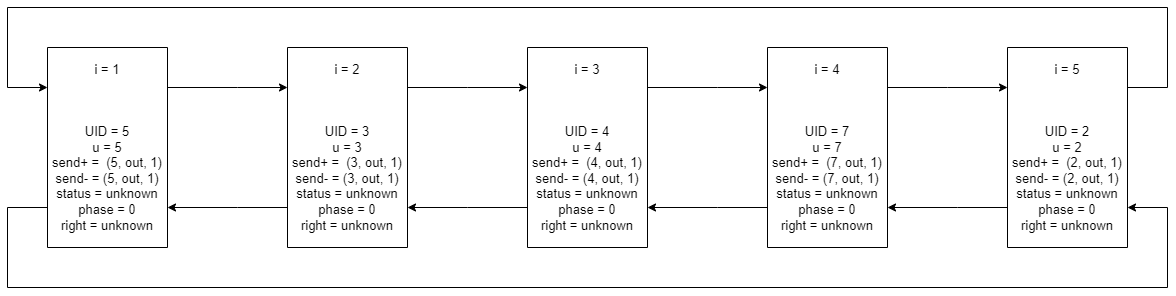
The draw.io diagram tods/00-tods.drawio.png in h1tlan/tods_first_exercise, before a commit. Source tidied: cells renumbered, new cells last; positions are measured from the earlier drawing's top-left corner, leaving out a move shared by most shapes.
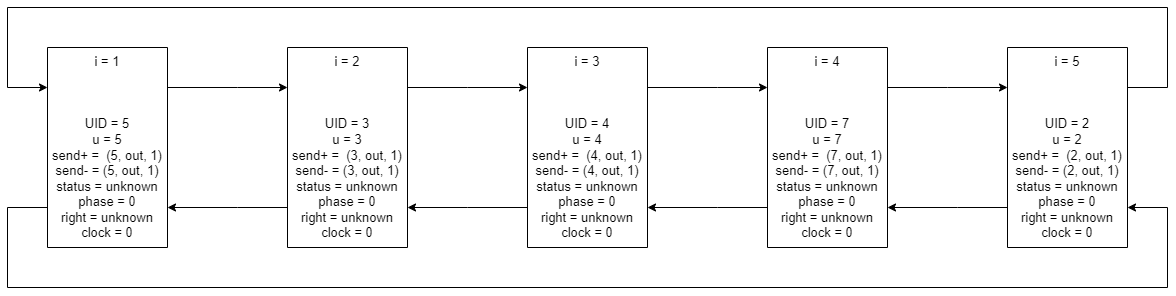
After the change.

The edit, as a diff of the source:
```diff
@@ -20,7 +20,7 @@
         </Array>
       </mxGeometry>
     </mxCell>
-    <mxCell id="4" value="i = 1&lt;br&gt;&lt;br&gt;&lt;br&gt;&lt;br&gt;UID = 5&lt;br&gt;u = 5&lt;br&gt;send+ =&amp;nbsp; (5, out, 1)&lt;br&gt;send- = (5, out, 1)&lt;br&gt;status = unknown&lt;br&gt;phase = 0&lt;br&gt;right = unknown" style="rounded=0;whiteSpace=wrap;html=1;fontSize=13;direction=south;" parent="1" vertex="1">
+    <mxCell id="4" value="i = 1&lt;br&gt;&lt;br&gt;&lt;br&gt;&lt;br&gt;UID = 5&lt;br&gt;u = 5&lt;br&gt;send+ =&amp;nbsp; (5, out, 1)&lt;br&gt;send- = (5, out, 1)&lt;br&gt;status = unknown&lt;br&gt;phase = 0&lt;br&gt;right = unknown&lt;br&gt;clock = 0" style="rounded=0;whiteSpace=wrap;html=1;fontSize=13;direction=south;" parent="1" vertex="1">
       <mxGeometry x="40" y="40" width="120" height="200" as="geometry" />
     </mxCell>
     <mxCell id="5" style="edgeStyle=orthogonalEdgeStyle;rounded=0;jettySize=auto;html=1;labelBorderColor=none;fontSize=13;" parent="1" edge="1" source="7" target="4">
@@ -39,7 +39,7 @@
         </Array>
       </mxGeometry>
     </mxCell>
-    <mxCell id="7" value="i = 2&lt;br&gt;&lt;br&gt;&lt;br&gt;&lt;br&gt;UID = 3&lt;br&gt;u = 3&lt;br&gt;send+ =&amp;nbsp; (3, out, 1)&lt;br&gt;send- = (3, out, 1)&lt;br&gt;status = unknown&lt;br&gt;phase = 0&lt;br&gt;right = unknown" style="rounded=0;whiteSpace=wrap;html=1;fontSize=13;direction=south;" parent="1" vertex="1">
+    <mxCell id="7" value="i = 2&lt;br&gt;&lt;br&gt;&lt;br&gt;&lt;br&gt;UID = 3&lt;br&gt;u = 3&lt;br&gt;send+ =&amp;nbsp; (3, out, 1)&lt;br&gt;send- = (3, out, 1)&lt;br&gt;status = unknown&lt;br&gt;phase = 0&lt;br&gt;right = unknown&lt;br&gt;clock = 0" style="rounded=0;whiteSpace=wrap;html=1;fontSize=13;direction=south;" parent="1" vertex="1">
       <mxGeometry x="280" y="40" width="120" height="200" as="geometry" />
     </mxCell>
     <mxCell id="8" style="edgeStyle=orthogonalEdgeStyle;rounded=0;jettySize=auto;html=1;labelBorderColor=none;fontSize=13;" parent="1" edge="1" source="10" target="7">
@@ -58,7 +58,7 @@
         </Array>
       </mxGeometry>
     </mxCell>
-    <mxCell id="10" value="i = 3&lt;br&gt;&lt;br&gt;&lt;br&gt;&lt;br&gt;UID = 4&lt;br&gt;u = 4&lt;br&gt;send+ =&amp;nbsp; (4, out, 1)&lt;br&gt;send- = (4, out, 1)&lt;br&gt;status = unknown&lt;br&gt;phase = 0&lt;br&gt;right = unknown" style="rounded=0;whiteSpace=wrap;html=1;fontSize=13;direction=south;" parent="1" vertex="1">
+    <mxCell id="10" value="i = 3&lt;br&gt;&lt;br&gt;&lt;br&gt;&lt;br&gt;UID = 4&lt;br&gt;u = 4&lt;br&gt;send+ =&amp;nbsp; (4, out, 1)&lt;br&gt;send- = (4, out, 1)&lt;br&gt;status = unknown&lt;br&gt;phase = 0&lt;br&gt;right = unknown&lt;br&gt;clock = 0" style="rounded=0;whiteSpace=wrap;html=1;fontSize=13;direction=south;" parent="1" vertex="1">
       <mxGeometry x="520" y="40" width="120" height="200" as="geometry" />
     </mxCell>
     <mxCell id="11" style="edgeStyle=orthogonalEdgeStyle;rounded=0;jettySize=auto;html=1;labelBorderColor=none;fontSize=13;" parent="1" edge="1" source="13" target="10">
@@ -77,7 +77,7 @@
         </Array>
       </mxGeometry>
     </mxCell>
-    <mxCell id="13" value="i = 4&lt;br&gt;&lt;br&gt;&lt;br&gt;&lt;br&gt;UID = 7&lt;br&gt;u = 7&lt;br&gt;send+ =&amp;nbsp; (7, out, 1)&lt;br&gt;send- = (7, out, 1)&lt;br&gt;status = unknown&lt;br&gt;phase = 0&lt;br&gt;right = unknown" style="rounded=0;whiteSpace=wrap;html=1;fontSize=13;direction=south;" parent="1" vertex="1">
+    <mxCell id="13" value="i = 4&lt;br&gt;&lt;br&gt;&lt;br&gt;&lt;br&gt;UID = 7&lt;br&gt;u = 7&lt;br&gt;send+ =&amp;nbsp; (7, out, 1)&lt;br&gt;send- = (7, out, 1)&lt;br&gt;status = unknown&lt;br&gt;phase = 0&lt;br&gt;right = unknown&lt;br&gt;clock = 0" style="rounded=0;whiteSpace=wrap;html=1;fontSize=13;direction=south;" parent="1" vertex="1">
       <mxGeometry x="760" y="40" width="120" height="200" as="geometry" />
     </mxCell>
     <mxCell id="14" style="edgeStyle=orthogonalEdgeStyle;rounded=0;jettySize=auto;html=1;labelBorderColor=none;fontSize=13;" parent="1" edge="1" source="16" target="13">
@@ -98,7 +98,7 @@
         </Array>
       </mxGeometry>
     </mxCell>
-    <mxCell id="16" value="i = 5&lt;br&gt;&lt;br&gt;&lt;br&gt;&lt;br&gt;UID = 2&lt;br&gt;u = 2&lt;br&gt;send+ =&amp;nbsp; (2, out, 1)&lt;br&gt;send- = (2, out, 1)&lt;br&gt;status = unknown&lt;br&gt;phase = 0&lt;br&gt;right = unknown" style="rounded=0;whiteSpace=wrap;html=1;fontSize=13;direction=south;" parent="1" vertex="1">
+    <mxCell id="16" value="i = 5&lt;br&gt;&lt;br&gt;&lt;br&gt;&lt;br&gt;UID = 2&lt;br&gt;u = 2&lt;br&gt;send+ =&amp;nbsp; (2, out, 1)&lt;br&gt;send- = (2, out, 1)&lt;br&gt;status = unknown&lt;br&gt;phase = 0&lt;br&gt;right = unknown&lt;br&gt;clock = 0" style="rounded=0;whiteSpace=wrap;html=1;fontSize=13;direction=south;" parent="1" vertex="1">
       <mxGeometry x="1000" y="40" width="120" height="200" as="geometry" />
     </mxCell>
   </root>
```
